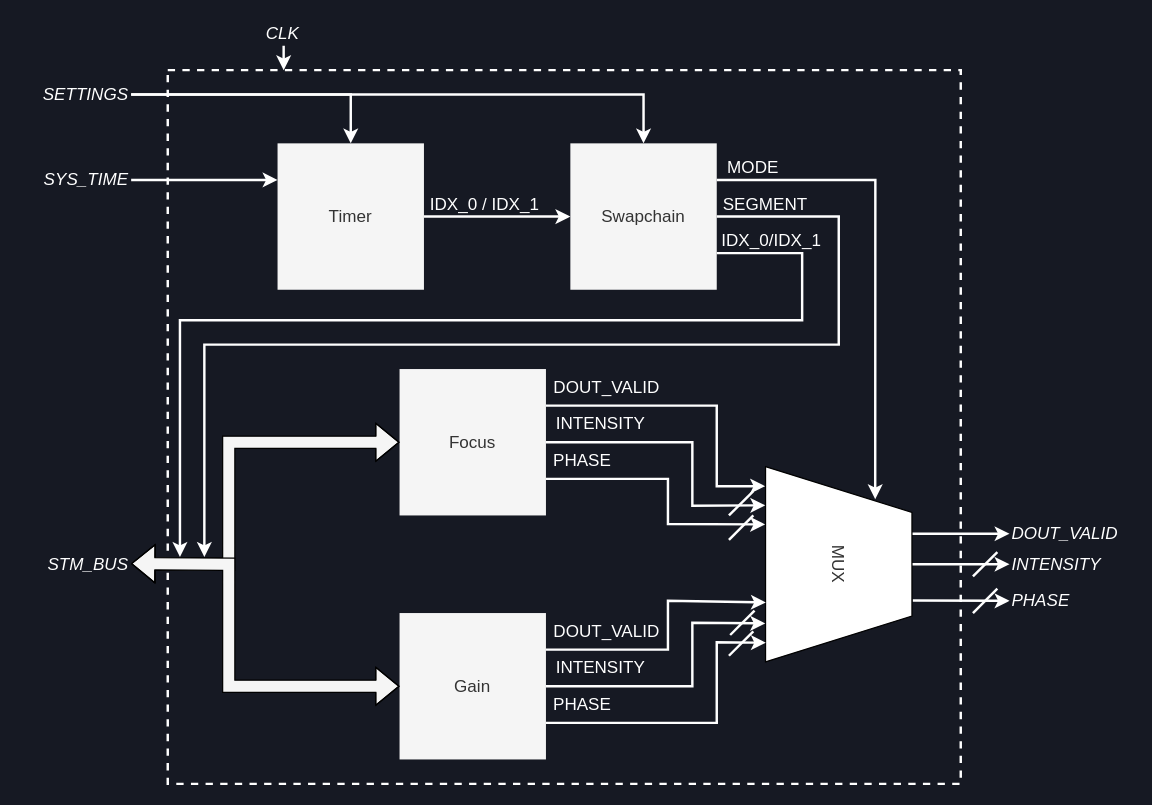
Earlier version of the draw.io diagram src/draw-src/fpga/stm.drawio (shinolab/autd3-doc-v8). Source tidied: cells renumbered, new cells numbered last; positions are measured from the earlier drawing's top-left corner, leaving out a move shared by most shapes. Both pictures are drawn from the tidied source at 122%, with x=0, y=0 at pixel (21, 21).
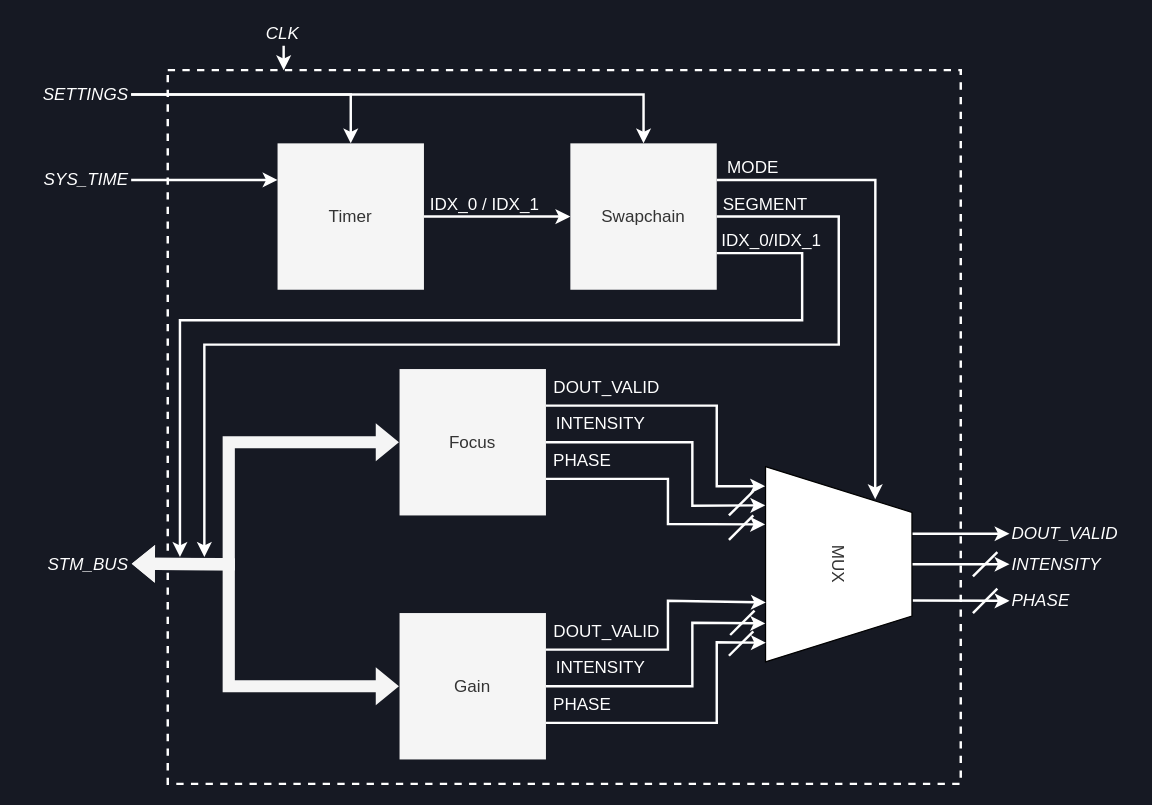
Above is the later version.

Unchanged cells that the change refers to:
```xml
<mxCell id="31" value="Focus" style="rounded=0;whiteSpace=wrap;html=1;fontFamily=Helvetica;fontSize=14;fontColor=#333333;strokeColor=none;strokeWidth=3;fillColor=#f5f5f5;" parent="1" vertex="1">
  <mxGeometry x="310" y="285" width="120" height="120" as="geometry" />
</mxCell>
<mxCell id="32" value="Gain" style="rounded=0;whiteSpace=wrap;html=1;fontFamily=Helvetica;fontSize=14;fontColor=#333333;strokeColor=none;strokeWidth=3;fillColor=#f5f5f5;" parent="1" vertex="1">
  <mxGeometry x="310" y="485" width="120" height="120" as="geometry" />
</mxCell>
```

What changed in the source:
```diff
@@
-    <mxCell id="47" style="shape=flexArrow;endArrow=classic;html=1;rounded=0;labelBackgroundColor=default;fontFamily=Helvetica;fontSize=14;fontColor=#000000;strokeColor=default;strokeWidth=1;jumpStyle=arc;fillColor=#f5f5f5;entryX=0;entryY=0.5;entryDx=0;entryDy=0;startArrow=block;" parent="1" edge="1" target="31">
+    <mxCell id="47" style="shape=flexArrow;endArrow=classic;html=1;rounded=0;labelBackgroundColor=default;fontFamily=Helvetica;fontSize=14;fontColor=#000000;strokeColor=none;strokeWidth=1;jumpStyle=arc;fillColor=#f5f5f5;entryX=0;entryY=0.5;entryDx=0;entryDy=0;startArrow=block;" parent="1" edge="1" target="31">
       <mxGeometry relative="1" as="geometry">
         <mxPoint x="90" y="444.5" as="sourcePoint" />
         <Array as="points">
           <mxPoint x="170" y="445" />
           <mxPoint x="170" y="345" />
         </Array>
       </mxGeometry>
     </mxCell>
-    <mxCell id="48" style="shape=flexArrow;endArrow=classic;html=1;rounded=0;labelBackgroundColor=default;fontFamily=Helvetica;fontSize=14;fontColor=#000000;strokeColor=default;strokeWidth=1;jumpStyle=arc;fillColor=#f5f5f5;entryX=0;entryY=0.5;entryDx=0;entryDy=0;startArrow=block;" parent="1" edge="1" target="32">
+    <mxCell id="48" style="shape=flexArrow;endArrow=classic;html=1;rounded=0;labelBackgroundColor=default;fontFamily=Helvetica;fontSize=14;fontColor=#000000;strokeColor=none;strokeWidth=1;jumpStyle=arc;fillColor=#f5f5f5;entryX=0;entryY=0.5;entryDx=0;entryDy=0;startArrow=block;" parent="1" edge="1" target="32">
       <mxGeometry relative="1" as="geometry">
         <mxPoint x="90" y="444.5" as="sourcePoint" />
         <Array as="points">
           <mxPoint x="170" y="445" />
           <mxPoint x="170" y="545" />
         </Array>
       </mxGeometry>
     </mxCell>
```
